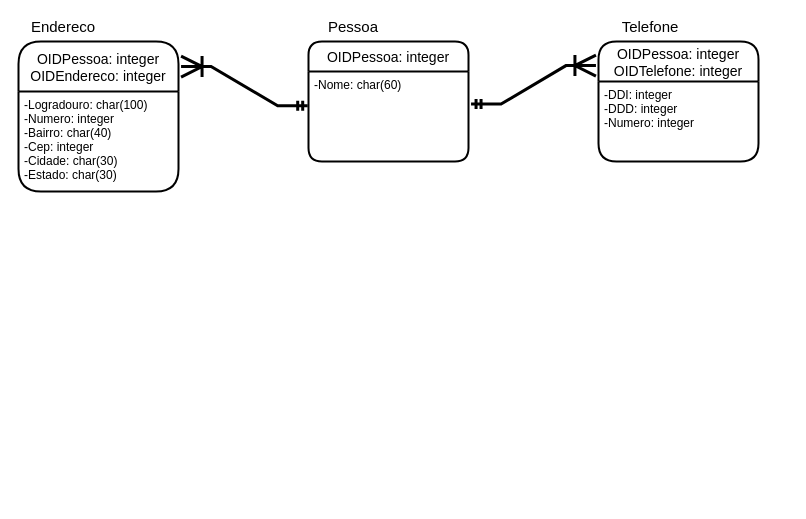
This is page "Modelagem de Objetos Relacionais" (2 of 3) of completo.drawio from rrsouzza/poo_c3, a draw.io file, before an edit. Source tidied: cells renumbered, new cells numbered last; positions are measured from the earlier drawing's top-left corner, leaving out a move shared by most shapes. Both pictures are drawn from the tidied source at 100%, with x=0, y=0 at pixel (18, 21).
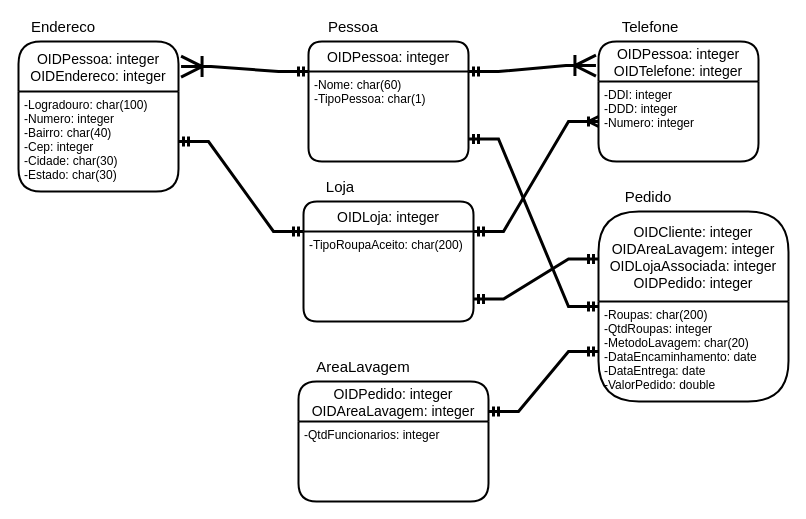
Above is the later version.

Unchanged cells that the change refers to:
```xml
<mxCell id="5" value="-DDI: integer&#10;-DDD: integer&#10;-Numero: integer" style="align=left;strokeColor=none;fillColor=none;spacingLeft=4;fontSize=12;verticalAlign=top;" parent="4" vertex="1">
  <mxGeometry y="40" width="160" height="80" as="geometry" />
</mxCell>
```

Diff of the diagram source:
```diff
@@
+    <mxCell id="11" style="edgeStyle=entityRelationEdgeStyle;fontSize=12;html=1;endArrow=ERoneToMany;startArrow=ERmandOne;rounded=0;endSize=17;strokeWidth=3;exitX=1;exitY=0;exitDx=0;exitDy=0;entryX=-0.016;entryY=0.201;entryDx=0;entryDy=0;entryPerimeter=0;" parent="1" edge="1" source="3" target="4">
+      <mxGeometry relative="1" as="geometry" />
+    </mxCell>
+    <mxCell id="12" style="edgeStyle=entityRelationEdgeStyle;fontSize=12;html=1;endArrow=ERoneToMany;startArrow=ERmandOne;rounded=0;endSize=17;strokeWidth=3;entryX=1.016;entryY=0.167;entryDx=0;entryDy=0;entryPerimeter=0;exitX=0;exitY=0.25;exitDx=0;exitDy=0;" parent="1" edge="1" source="2" target="6">
+      <mxGeometry relative="1" as="geometry" />
+    </mxCell>
+    <mxCell id="13" style="group;" parent="1" vertex="1">
+      <mxGeometry width="160" height="170" as="geometry" />
+    </mxCell>
+    <mxCell id="6" value="OIDPessoa: integer&#10;OIDEndereco: integer" style="swimlane;horizontal=1;startSize=50;rounded=1;fontSize=14;fontStyle=0;strokeWidth=2;shadow=0;dashed=0;align=center;" parent="13" vertex="1">
+      <mxGeometry y="20" width="160" height="150" as="geometry" />
+    </mxCell>
+    <mxCell id="7" value="-Logradouro: char(100)&#10;-Numero: integer&#10;-Bairro: char(40)&#10;-Cep: integer&#10;-Cidade: char(30)&#10;-Estado: char(30)" style="align=left;strokeColor=none;fillColor=none;spacingLeft=4;fontSize=12;verticalAlign=top;" parent="6" vertex="1">
+      <mxGeometry y="50" width="160" height="100" as="geometry" />
+    </mxCell>
+    <mxCell id="10" value="Endereco" style="text;html=1;strokeColor=none;fillColor=none;align=center;verticalAlign=middle;whiteSpace=wrap;rounded=0;fontSize=15;" parent="13" vertex="1">
+      <mxGeometry x="10" width="70" height="10" as="geometry" />
+    </mxCell>
+    <mxCell id="14" style="group;" parent="1" vertex="1">
+      <mxGeometry x="290" width="160" height="140" as="geometry" />
+    </mxCell>
-    <mxCell id="2" value="OIDPessoa: integer" style="swimlane;horizontal=1;startSize=30;rounded=1;fontSize=14;fontStyle=0;strokeWidth=2;shadow=0;dashed=0;align=center;" parent="1" vertex="1">
-      <mxGeometry x="290" y="20" width="160" height="120" as="geometry" />
+    <mxCell id="2" value="OIDPessoa: integer" style="swimlane;horizontal=1;startSize=30;rounded=1;fontSize=14;fontStyle=0;strokeWidth=2;shadow=0;dashed=0;align=center;" parent="14" vertex="1">
+      <mxGeometry y="20" width="160" height="120" as="geometry" />
     </mxCell>
-    <mxCell id="3" value="-Nome: char(60)" style="align=left;strokeColor=none;fillColor=none;spacingLeft=4;fontSize=12;verticalAlign=top;" parent="2" vertex="1">
+    <mxCell id="3" value="-Nome: char(60)&#10;-TipoPessoa: char(1)" style="align=left;strokeColor=none;fillColor=none;spacingLeft=4;fontSize=12;verticalAlign=top;" parent="2" vertex="1">
       <mxGeometry y="30" width="160" height="90" as="geometry" />
     </mxCell>
+    <mxCell id="8" value="Pessoa" style="text;html=1;strokeColor=none;fillColor=none;align=center;verticalAlign=middle;whiteSpace=wrap;rounded=0;fontSize=15;" parent="14" vertex="1">
+      <mxGeometry x="10" width="70" height="10" as="geometry" />
+    </mxCell>
+    <mxCell id="15" style="group;" parent="1" vertex="1">
+      <mxGeometry x="580" width="160" height="140" as="geometry" />
+    </mxCell>
-    <mxCell id="4" value="OIDPessoa: integer&#10;OIDTelefone: integer" style="swimlane;horizontal=1;startSize=40;rounded=1;fontSize=14;fontStyle=0;strokeWidth=2;shadow=0;dashed=0;align=center;" parent="1" vertex="1">
-      <mxGeometry x="580" y="20" width="160" height="120" as="geometry" />
+    <mxCell id="4" value="OIDPessoa: integer&#10;OIDTelefone: integer" style="swimlane;horizontal=1;startSize=40;rounded=1;fontSize=14;fontStyle=0;strokeWidth=2;shadow=0;dashed=0;align=center;" parent="15" vertex="1">
+      <mxGeometry y="20" width="160" height="120" as="geometry" />
     </mxCell>
@@
-    <mxCell id="6" value="OIDPessoa: integer&#10;OIDEndereco: integer" style="swimlane;horizontal=1;startSize=50;rounded=1;fontSize=14;fontStyle=0;strokeWidth=2;shadow=0;dashed=0;align=center;" parent="1" vertex="1">
-      <mxGeometry y="20" width="160" height="150" as="geometry" />
-    </mxCell>
-    <mxCell id="7" value="-Logradouro: char(100)&#10;-Numero: integer&#10;-Bairro: char(40)&#10;-Cep: integer&#10;-Cidade: char(30)&#10;-Estado: char(30)" style="align=left;strokeColor=none;fillColor=none;spacingLeft=4;fontSize=12;verticalAlign=top;" parent="6" vertex="1">
-      <mxGeometry y="50" width="160" height="100" as="geometry" />
-    </mxCell>
-    <mxCell id="8" value="Pessoa" style="text;html=1;strokeColor=none;fillColor=none;align=center;verticalAlign=middle;whiteSpace=wrap;rounded=0;fontSize=15;" parent="1" vertex="1">
-      <mxGeometry x="300" width="70" height="10" as="geometry" />
-    </mxCell>
-    <mxCell id="9" value="Telefone" style="text;html=1;strokeColor=none;fillColor=none;align=center;verticalAlign=middle;whiteSpace=wrap;rounded=0;fontSize=15;" parent="1" vertex="1">
-      <mxGeometry x="597" width="70" height="10" as="geometry" />
+    <mxCell id="9" value="Telefone" style="text;html=1;strokeColor=none;fillColor=none;align=center;verticalAlign=middle;whiteSpace=wrap;rounded=0;fontSize=15;" parent="15" vertex="1">
+      <mxGeometry x="17" width="70" height="10" as="geometry" />
     </mxCell>
-    <mxCell id="10" value="Endereco" style="text;html=1;strokeColor=none;fillColor=none;align=center;verticalAlign=middle;whiteSpace=wrap;rounded=0;fontSize=15;" parent="1" vertex="1">
-      <mxGeometry x="10" width="70" height="10" as="geometry" />
-    </mxCell>
-    <mxCell id="11" style="edgeStyle=entityRelationEdgeStyle;fontSize=12;html=1;endArrow=ERoneToMany;startArrow=ERmandOne;rounded=0;endSize=17;strokeWidth=3;exitX=1.016;exitY=0.361;exitDx=0;exitDy=0;exitPerimeter=0;entryX=-0.016;entryY=0.201;entryDx=0;entryDy=0;entryPerimeter=0;" parent="1" edge="1" source="3" target="4">
-      <mxGeometry relative="1" as="geometry" />
-    </mxCell>
-    <mxCell id="12" style="edgeStyle=entityRelationEdgeStyle;fontSize=12;html=1;endArrow=ERoneToMany;startArrow=ERmandOne;rounded=0;endSize=17;strokeWidth=3;entryX=1.016;entryY=0.167;entryDx=0;entryDy=0;entryPerimeter=0;exitX=-0.005;exitY=0.38;exitDx=0;exitDy=0;exitPerimeter=0;" parent="1" edge="1" source="3" target="6">
-      <mxGeometry relative="1" as="geometry" />
-    </mxCell>
+    <mxCell id="16" style="group;" parent="1" vertex="1">
+      <mxGeometry x="580" y="170" width="190" height="210" as="geometry" />
+    </mxCell>
+    <mxCell id="17" value="OIDCliente: integer&#10;OIDAreaLavagem: integer&#10;OIDLojaAssociada: integer&#10;OIDPedido: integer" style="swimlane;horizontal=1;startSize=90;rounded=1;fontSize=14;fontStyle=0;strokeWidth=2;shadow=0;dashed=0;align=center;" parent="16" vertex="1">
+      <mxGeometry y="20" width="190" height="190" as="geometry" />
+    </mxCell>
+    <mxCell id="18" value="-Roupas: char(200)&#10;-QtdRoupas: integer&#10;-MetodoLavagem: char(20)&#10;-DataEncaminhamento: date&#10;-DataEntrega: date&#10;-ValorPedido: double" style="align=left;strokeColor=none;fillColor=none;spacingLeft=4;fontSize=12;verticalAlign=top;" parent="17" vertex="1">
+      <mxGeometry y="90" width="190" height="100" as="geometry" />
+    </mxCell>
+    <mxCell id="19" value="Pedido" style="text;html=1;strokeColor=none;fillColor=none;align=center;verticalAlign=middle;whiteSpace=wrap;rounded=0;fontSize=15;" parent="16" vertex="1">
+      <mxGeometry x="20" width="60" height="10" as="geometry" />
+    </mxCell>
+    <mxCell id="20" style="group;" parent="1" vertex="1">
+      <mxGeometry x="285" y="160" width="170" height="140" as="geometry" />
+    </mxCell>
+    <mxCell id="21" style="group;" parent="20" vertex="1">
+      <mxGeometry width="170" height="140" as="geometry" />
+    </mxCell>
+    <mxCell id="22" value="OIDLoja: integer" style="swimlane;horizontal=1;startSize=30;rounded=1;fontSize=14;fontStyle=0;strokeWidth=2;shadow=0;dashed=0;align=center;" parent="21" vertex="1">
+      <mxGeometry y="20" width="170" height="120" as="geometry" />
+    </mxCell>
+    <mxCell id="23" value="-TipoRoupaAceito: char(200)" style="align=left;strokeColor=none;fillColor=none;spacingLeft=4;fontSize=12;verticalAlign=top;" parent="22" vertex="1">
+      <mxGeometry y="30" width="170" height="90" as="geometry" />
+    </mxCell>
+    <mxCell id="24" value="Loja" style="text;html=1;strokeColor=none;fillColor=none;align=center;verticalAlign=middle;whiteSpace=wrap;rounded=0;fontSize=15;" parent="21" vertex="1">
+      <mxGeometry width="74.4" height="10" as="geometry" />
+    </mxCell>
+    <mxCell id="25" style="edgeStyle=entityRelationEdgeStyle;fontSize=12;html=1;endArrow=ERmandOne;startArrow=ERmandOne;rounded=0;strokeWidth=3;exitX=0;exitY=0;exitDx=0;exitDy=0;entryX=1;entryY=0.5;entryDx=0;entryDy=0;" parent="1" edge="1" source="23" target="7">
+      <mxGeometry relative="1" as="geometry" />
+    </mxCell>
+    <mxCell id="26" style="edgeStyle=entityRelationEdgeStyle;fontSize=12;html=1;endArrow=ERoneToMany;startArrow=ERmandOne;rounded=0;strokeWidth=3;exitX=1;exitY=0.25;exitDx=0;exitDy=0;entryX=0;entryY=0.5;entryDx=0;entryDy=0;" parent="1" edge="1" source="22" target="5">
+      <mxGeometry relative="1" as="geometry" />
+    </mxCell>
+    <mxCell id="27" style="group;" parent="1" vertex="1">
+      <mxGeometry x="280" y="330" width="190" height="150" as="geometry" />
+    </mxCell>
+    <mxCell id="28" value="OIDPedido: integer&#10;OIDAreaLavagem: integer" style="swimlane;horizontal=1;startSize=40;rounded=1;fontSize=14;fontStyle=0;strokeWidth=2;shadow=0;dashed=0;align=center;" parent="27" vertex="1">
+      <mxGeometry y="30" width="190" height="120" as="geometry" />
+    </mxCell>
+    <mxCell id="29" value="-QtdFuncionarios: integer" style="align=left;strokeColor=none;fillColor=none;spacingLeft=4;fontSize=12;verticalAlign=top;" parent="28" vertex="1">
+      <mxGeometry y="40" width="190" height="80" as="geometry" />
+    </mxCell>
+    <mxCell id="30" value="AreaLavagem" style="text;html=1;strokeColor=none;fillColor=none;align=center;verticalAlign=middle;whiteSpace=wrap;rounded=0;fontSize=15;" parent="27" vertex="1">
+      <mxGeometry x="35" width="60" height="30" as="geometry" />
+    </mxCell>
+    <mxCell id="31" style="edgeStyle=entityRelationEdgeStyle;fontSize=12;html=1;endArrow=ERmandOne;startArrow=ERmandOne;rounded=0;strokeWidth=3;exitX=0;exitY=0.5;exitDx=0;exitDy=0;entryX=1;entryY=0.25;entryDx=0;entryDy=0;" parent="1" edge="1" source="18" target="28">
+      <mxGeometry relative="1" as="geometry" />
+    </mxCell>
+    <mxCell id="32" style="edgeStyle=entityRelationEdgeStyle;fontSize=12;html=1;endArrow=ERmandOne;startArrow=ERmandOne;rounded=0;strokeWidth=3;exitX=1;exitY=0.75;exitDx=0;exitDy=0;" parent="1" edge="1" source="3" target="17">
+      <mxGeometry relative="1" as="geometry" />
+    </mxCell>
+    <mxCell id="33" style="edgeStyle=entityRelationEdgeStyle;fontSize=12;html=1;endArrow=ERmandOne;startArrow=ERmandOne;rounded=0;strokeWidth=3;entryX=0;entryY=0.25;entryDx=0;entryDy=0;exitX=1;exitY=0.75;exitDx=0;exitDy=0;" parent="1" edge="1" source="23" target="17">
+      <mxGeometry relative="1" as="geometry" />
+    </mxCell>
```
